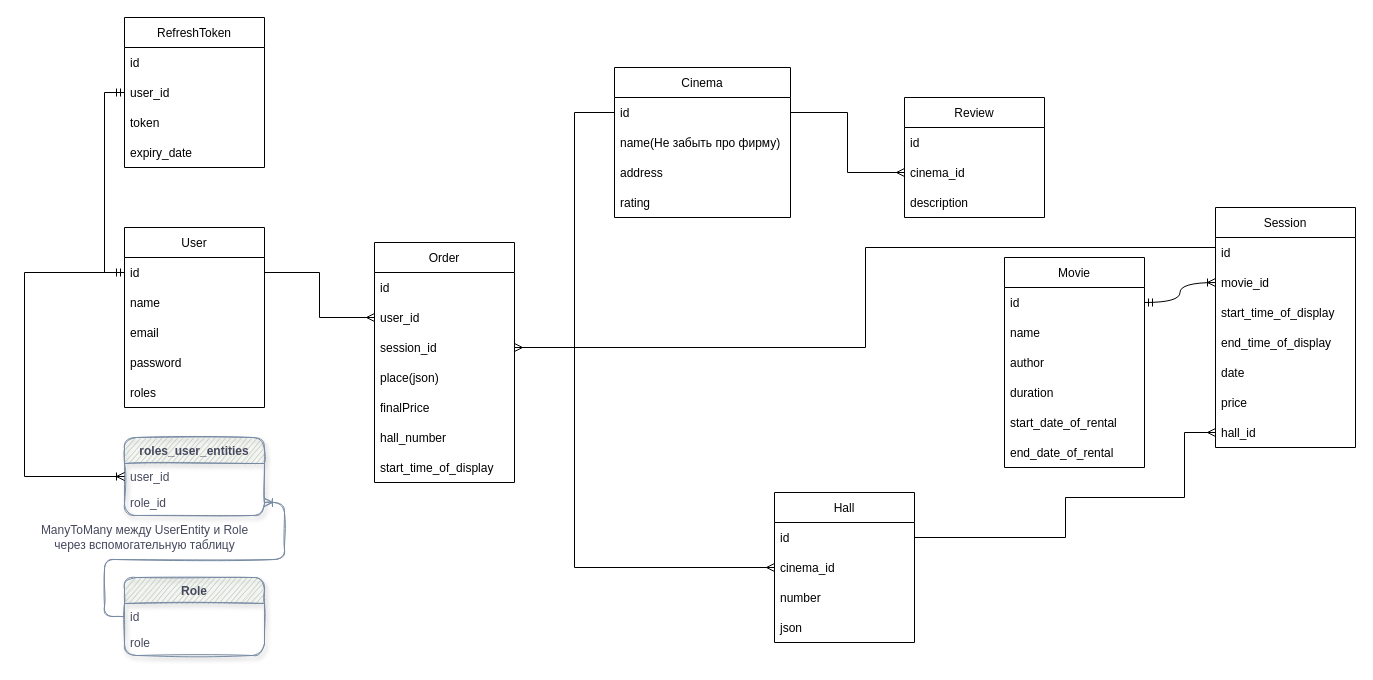
Earlier version of the draw.io diagram xxxMyRemarks/DB.drawio (VishLi777/li_cinema_back). Source tidied: cells renumbered, new cells numbered last; positions are measured from the earlier drawing's top-left corner, leaving out a move shared by most shapes. Both pictures are drawn from the tidied source at 100%, with x=0, y=0 at pixel (24, 17).
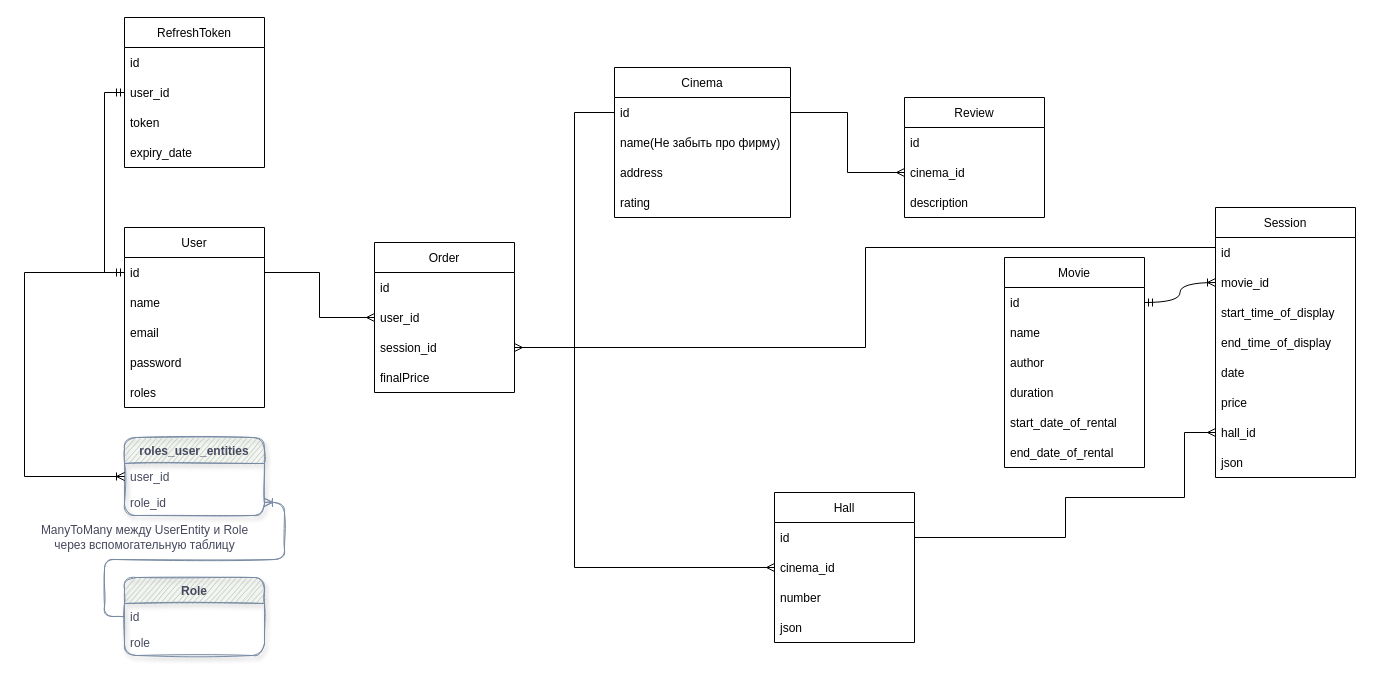
The same diagram, later.

Commit message (it also covers changes not shown here):
Corrected db.png + hall/add

Change to the diagram source:
```diff
@@
     <mxCell id="30" value="Session" style="swimlane;fontStyle=0;horizontal=1;startSize=30;rounded=0;shadow=0;sketch=0;strokeColor=default;fillColor=default;" parent="1" vertex="1">
-      <mxGeometry x="1191" y="190" width="140" height="240" as="geometry" />
+      <mxGeometry x="1191" y="190" width="140" height="270" as="geometry" />
     </mxCell>
@@
+    <mxCell id="66" value="json" style="text;strokeColor=none;fillColor=none;align=left;verticalAlign=middle;spacingLeft=4;spacingRight=4;overflow=hidden;rounded=0;shadow=0;sketch=0;" parent="30" vertex="1">
+      <mxGeometry y="240" width="140" height="30" as="geometry" />
+    </mxCell>
@@
     <mxCell id="56" value="Order" style="swimlane;fontStyle=0;horizontal=1;startSize=30;" parent="1" vertex="1">
-      <mxGeometry x="350" y="225" width="140" height="240" as="geometry" />
+      <mxGeometry x="350" y="225" width="140" height="150" as="geometry" />
     </mxCell>
@@
-    <mxCell id="60" value="place(json)" style="text;strokeColor=none;fillColor=none;align=left;verticalAlign=middle;spacingLeft=4;spacingRight=4;overflow=hidden;" parent="56" vertex="1">
-      <mxGeometry y="120" width="140" height="30" as="geometry" />
-    </mxCell>
     <mxCell id="61" value="finalPrice" style="text;strokeColor=none;fillColor=none;align=left;verticalAlign=middle;spacingLeft=4;spacingRight=4;overflow=hidden;" parent="56" vertex="1">
-      <mxGeometry y="150" width="140" height="30" as="geometry" />
+      <mxGeometry y="120" width="140" height="30" as="geometry" />
     </mxCell>
-    <mxCell id="62" value="hall_number" style="text;strokeColor=none;fillColor=none;align=left;verticalAlign=middle;spacingLeft=4;spacingRight=4;overflow=hidden;" parent="56" vertex="1">
-      <mxGeometry y="180" width="140" height="30" as="geometry" />
-    </mxCell>
-    <mxCell id="63" value="start_time_of_display" style="text;strokeColor=none;fillColor=none;align=left;verticalAlign=middle;spacingLeft=4;spacingRight=4;overflow=hidden;" parent="56" vertex="1">
-      <mxGeometry y="210" width="140" height="30" as="geometry" />
-    </mxCell>
```
